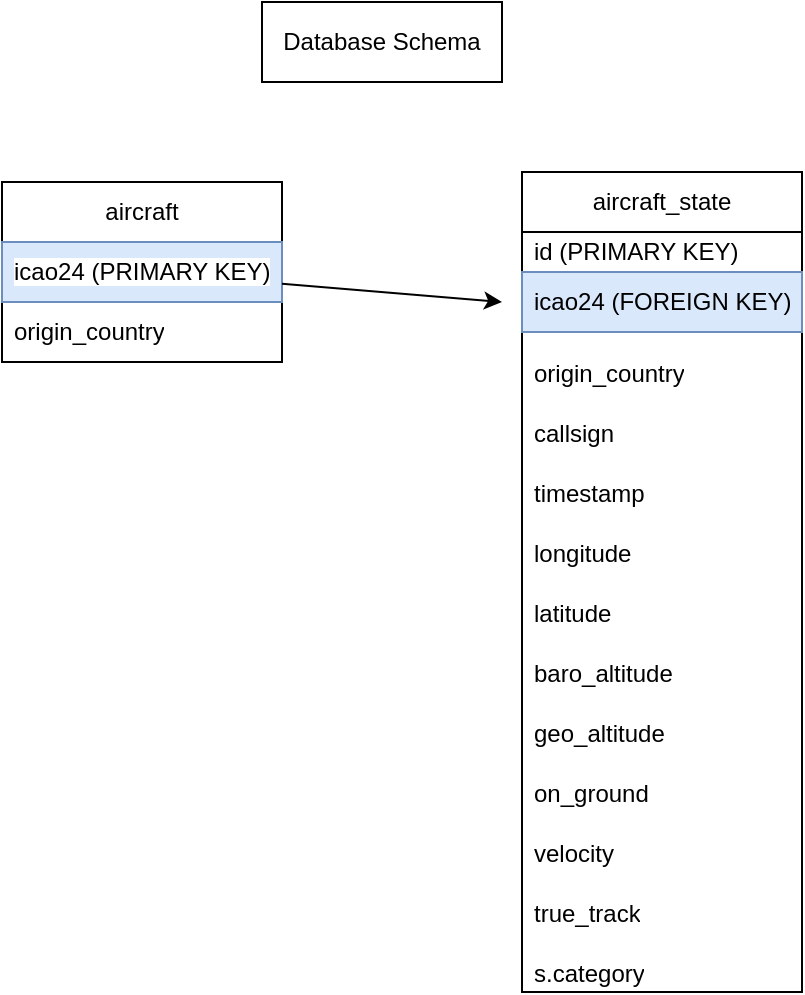
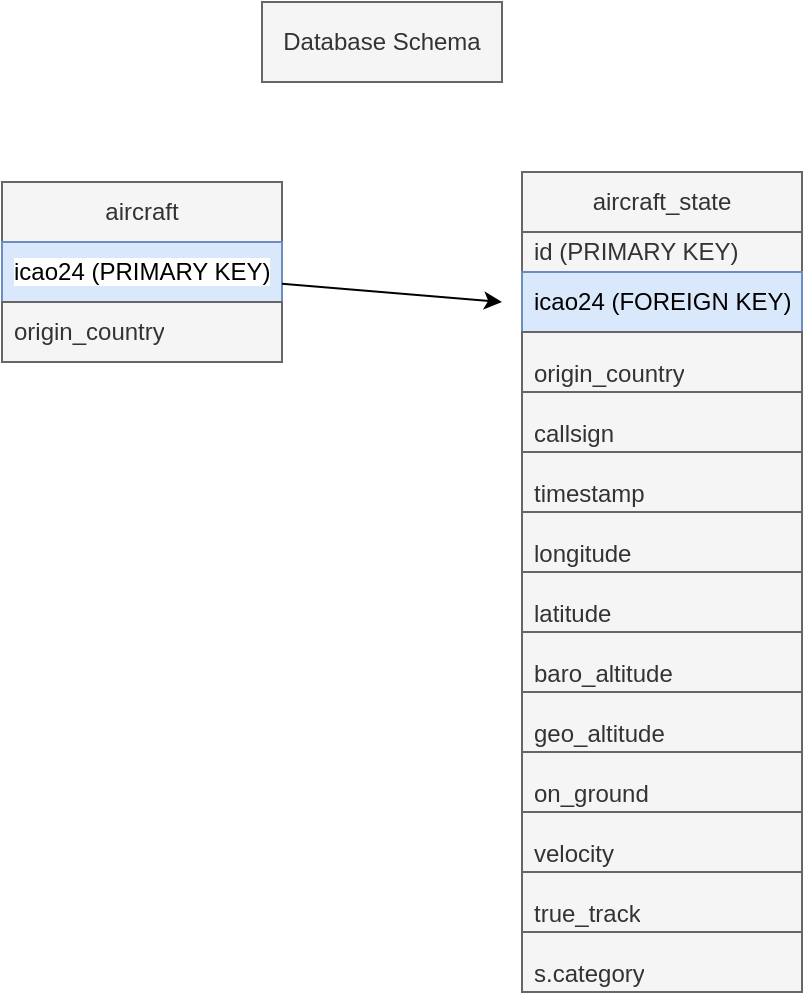
<mxfile host="65bd71144e">
    <diagram id="OOYHOsrFna61SfcFMgdx" name="Page-1">
        <mxGraphModel dx="810" dy="1447" grid="1" gridSize="10" guides="1" tooltips="1" connect="1" arrows="1" fold="1" page="1" pageScale="1" pageWidth="850" pageHeight="1100" math="0" shadow="0">
            <root>
                <mxCell id="0"/>
                <mxCell id="1" parent="0"/>
-                 <mxCell id="2" value="aircraft" style="swimlane;fontStyle=0;childLayout=stackLayout;horizontal=1;startSize=30;horizontalStack=0;resizeParent=1;resizeParentMax=0;resizeLast=0;collapsible=1;marginBottom=0;whiteSpace=wrap;html=1;" vertex="1" parent="1">
+                 <mxCell id="2" value="aircraft" style="swimlane;fontStyle=0;childLayout=stackLayout;horizontal=1;startSize=30;horizontalStack=0;resizeParent=1;resizeParentMax=0;resizeLast=0;collapsible=1;marginBottom=0;whiteSpace=wrap;html=1;fillColor=#f5f5f5;strokeColor=#666666;fontColor=#333333;" parent="1" vertex="1">
                    <mxGeometry x="70" y="50" width="140" height="90" as="geometry"/>
                </mxCell>
-                 <mxCell id="3" value="&lt;span style=&quot;background-color: light-dark(#ffffff, var(--ge-dark-color, #121212));&quot;&gt;icao24 (PRIMARY KEY)&lt;/span&gt;" style="text;strokeColor=#6c8ebf;fillColor=#dae8fc;align=left;verticalAlign=middle;spacingLeft=4;spacingRight=4;overflow=hidden;points=[[0,0.5],[1,0.5]];portConstraint=eastwest;rotatable=0;whiteSpace=wrap;html=1;" vertex="1" parent="2">
+                 <mxCell id="3" value="&lt;span style=&quot;background-color: light-dark(#ffffff, var(--ge-dark-color, #121212));&quot;&gt;icao24 (PRIMARY KEY)&lt;/span&gt;" style="text;strokeColor=#6c8ebf;fillColor=#dae8fc;align=left;verticalAlign=middle;spacingLeft=4;spacingRight=4;overflow=hidden;points=[[0,0.5],[1,0.5]];portConstraint=eastwest;rotatable=0;whiteSpace=wrap;html=1;" parent="2" vertex="1">
                    <mxGeometry y="30" width="140" height="30" as="geometry"/>
                </mxCell>
-                 <mxCell id="4" value="origin_country" style="text;strokeColor=none;fillColor=none;align=left;verticalAlign=middle;spacingLeft=4;spacingRight=4;overflow=hidden;points=[[0,0.5],[1,0.5]];portConstraint=eastwest;rotatable=0;whiteSpace=wrap;html=1;" vertex="1" parent="2">
+                 <mxCell id="4" value="origin_country" style="text;align=left;verticalAlign=middle;spacingLeft=4;spacingRight=4;overflow=hidden;points=[[0,0.5],[1,0.5]];portConstraint=eastwest;rotatable=0;whiteSpace=wrap;html=1;fillColor=#f5f5f5;fontColor=#333333;strokeColor=#666666;" parent="2" vertex="1">
                    <mxGeometry y="60" width="140" height="30" as="geometry"/>
                </mxCell>
-                 <mxCell id="14" value="aircraft_state" style="swimlane;fontStyle=0;childLayout=stackLayout;horizontal=1;startSize=30;horizontalStack=0;resizeParent=1;resizeParentMax=0;resizeLast=0;collapsible=1;marginBottom=0;whiteSpace=wrap;html=1;" vertex="1" parent="1">
+                 <mxCell id="14" value="aircraft_state" style="swimlane;fontStyle=0;childLayout=stackLayout;horizontal=1;startSize=30;horizontalStack=0;resizeParent=1;resizeParentMax=0;resizeLast=0;collapsible=1;marginBottom=0;whiteSpace=wrap;html=1;fillColor=#f5f5f5;fontColor=#333333;strokeColor=#666666;" parent="1" vertex="1">
                    <mxGeometry x="330" y="45" width="140" height="410" as="geometry"/>
                </mxCell>
-                 <mxCell id="15" value="id (PRIMARY KEY)" style="text;strokeColor=none;fillColor=none;align=left;verticalAlign=middle;spacingLeft=4;spacingRight=4;overflow=hidden;points=[[0,0.5],[1,0.5]];portConstraint=eastwest;rotatable=0;whiteSpace=wrap;html=1;" vertex="1" parent="14">
+                 <mxCell id="15" value="id (PRIMARY KEY)" style="text;strokeColor=#666666;fillColor=#f5f5f5;align=left;verticalAlign=middle;spacingLeft=4;spacingRight=4;overflow=hidden;points=[[0,0.5],[1,0.5]];portConstraint=eastwest;rotatable=0;whiteSpace=wrap;html=1;fontColor=#333333;" parent="14" vertex="1">
                    <mxGeometry y="30" width="140" height="20" as="geometry"/>
                </mxCell>
-                 <mxCell id="30" style="edgeStyle=none;html=1;" edge="1" parent="14" source="16">
+                 <mxCell id="30" style="edgeStyle=none;html=1;" parent="14" source="16" edge="1">
                    <mxGeometry relative="1" as="geometry">
                        <mxPoint y="65" as="targetPoint"/>
                    </mxGeometry>
                </mxCell>
-                 <mxCell id="16" value="icao24 (FOREIGN KEY)" style="text;strokeColor=#6c8ebf;fillColor=#dae8fc;align=left;verticalAlign=middle;spacingLeft=4;spacingRight=4;overflow=hidden;points=[[0,0.5],[1,0.5]];portConstraint=eastwest;rotatable=0;whiteSpace=wrap;html=1;" vertex="1" parent="14">
+                 <mxCell id="16" value="icao24 (FOREIGN KEY)" style="text;strokeColor=#6c8ebf;fillColor=#dae8fc;align=left;verticalAlign=middle;spacingLeft=4;spacingRight=4;overflow=hidden;points=[[0,0.5],[1,0.5]];portConstraint=eastwest;rotatable=0;whiteSpace=wrap;html=1;" parent="14" vertex="1">
                    <mxGeometry y="50" width="140" height="30" as="geometry"/>
                </mxCell>
-                 <mxCell id="17" value="origin_country" style="text;strokeColor=none;fillColor=none;align=left;verticalAlign=bottom;spacingLeft=4;spacingRight=4;overflow=hidden;points=[[0,0.5],[1,0.5]];portConstraint=eastwest;rotatable=0;whiteSpace=wrap;html=1;" vertex="1" parent="14">
+                 <mxCell id="17" value="origin_country" style="text;strokeColor=#666666;fillColor=#f5f5f5;align=left;verticalAlign=bottom;spacingLeft=4;spacingRight=4;overflow=hidden;points=[[0,0.5],[1,0.5]];portConstraint=eastwest;rotatable=0;whiteSpace=wrap;html=1;fontColor=#333333;" parent="14" vertex="1">
                    <mxGeometry y="80" width="140" height="30" as="geometry"/>
                </mxCell>
-                 <mxCell id="18" value="callsign&lt;span style=&quot;white-space: pre;&quot;&gt;&#x9;&lt;/span&gt;&lt;span style=&quot;white-space: pre;&quot;&gt;&#x9;&lt;/span&gt;" style="text;strokeColor=none;fillColor=none;align=left;verticalAlign=bottom;spacingLeft=4;spacingRight=4;overflow=hidden;points=[[0,0.5],[1,0.5]];portConstraint=eastwest;rotatable=0;whiteSpace=wrap;html=1;" vertex="1" parent="14">
+                 <mxCell id="18" value="callsign&lt;span style=&quot;white-space: pre;&quot;&gt;&#x9;&lt;/span&gt;&lt;span style=&quot;white-space: pre;&quot;&gt;&#x9;&lt;/span&gt;" style="text;strokeColor=#666666;fillColor=#f5f5f5;align=left;verticalAlign=bottom;spacingLeft=4;spacingRight=4;overflow=hidden;points=[[0,0.5],[1,0.5]];portConstraint=eastwest;rotatable=0;whiteSpace=wrap;html=1;fontColor=#333333;" parent="14" vertex="1">
                    <mxGeometry y="110" width="140" height="30" as="geometry"/>
                </mxCell>
-                 <mxCell id="20" value="timestamp" style="text;strokeColor=none;fillColor=none;align=left;verticalAlign=bottom;spacingLeft=4;spacingRight=4;overflow=hidden;points=[[0,0.5],[1,0.5]];portConstraint=eastwest;rotatable=0;whiteSpace=wrap;html=1;" vertex="1" parent="14">
+                 <mxCell id="20" value="timestamp" style="text;strokeColor=#666666;fillColor=#f5f5f5;align=left;verticalAlign=bottom;spacingLeft=4;spacingRight=4;overflow=hidden;points=[[0,0.5],[1,0.5]];portConstraint=eastwest;rotatable=0;whiteSpace=wrap;html=1;fontColor=#333333;" parent="14" vertex="1">
                    <mxGeometry y="140" width="140" height="30" as="geometry"/>
                </mxCell>
-                 <mxCell id="21" value="longitude" style="text;strokeColor=none;fillColor=none;align=left;verticalAlign=bottom;spacingLeft=4;spacingRight=4;overflow=hidden;points=[[0,0.5],[1,0.5]];portConstraint=eastwest;rotatable=0;whiteSpace=wrap;html=1;" vertex="1" parent="14">
+                 <mxCell id="21" value="longitude" style="text;strokeColor=#666666;fillColor=#f5f5f5;align=left;verticalAlign=bottom;spacingLeft=4;spacingRight=4;overflow=hidden;points=[[0,0.5],[1,0.5]];portConstraint=eastwest;rotatable=0;whiteSpace=wrap;html=1;fontColor=#333333;" parent="14" vertex="1">
                    <mxGeometry y="170" width="140" height="30" as="geometry"/>
                </mxCell>
-                 <mxCell id="22" value="latitude" style="text;strokeColor=none;fillColor=none;align=left;verticalAlign=bottom;spacingLeft=4;spacingRight=4;overflow=hidden;points=[[0,0.5],[1,0.5]];portConstraint=eastwest;rotatable=0;whiteSpace=wrap;html=1;" vertex="1" parent="14">
+                 <mxCell id="22" value="latitude" style="text;strokeColor=#666666;fillColor=#f5f5f5;align=left;verticalAlign=bottom;spacingLeft=4;spacingRight=4;overflow=hidden;points=[[0,0.5],[1,0.5]];portConstraint=eastwest;rotatable=0;whiteSpace=wrap;html=1;fontColor=#333333;" parent="14" vertex="1">
                    <mxGeometry y="200" width="140" height="30" as="geometry"/>
                </mxCell>
-                 <mxCell id="23" value="baro_altitude" style="text;strokeColor=none;fillColor=none;align=left;verticalAlign=bottom;spacingLeft=4;spacingRight=4;overflow=hidden;points=[[0,0.5],[1,0.5]];portConstraint=eastwest;rotatable=0;whiteSpace=wrap;html=1;" vertex="1" parent="14">
+                 <mxCell id="23" value="baro_altitude" style="text;strokeColor=#666666;fillColor=#f5f5f5;align=left;verticalAlign=bottom;spacingLeft=4;spacingRight=4;overflow=hidden;points=[[0,0.5],[1,0.5]];portConstraint=eastwest;rotatable=0;whiteSpace=wrap;html=1;fontColor=#333333;" parent="14" vertex="1">
                    <mxGeometry y="230" width="140" height="30" as="geometry"/>
                </mxCell>
-                 <mxCell id="24" value="geo_altitude" style="text;strokeColor=none;fillColor=none;align=left;verticalAlign=bottom;spacingLeft=4;spacingRight=4;overflow=hidden;points=[[0,0.5],[1,0.5]];portConstraint=eastwest;rotatable=0;whiteSpace=wrap;html=1;" vertex="1" parent="14">
+                 <mxCell id="24" value="geo_altitude" style="text;strokeColor=#666666;fillColor=#f5f5f5;align=left;verticalAlign=bottom;spacingLeft=4;spacingRight=4;overflow=hidden;points=[[0,0.5],[1,0.5]];portConstraint=eastwest;rotatable=0;whiteSpace=wrap;html=1;fontColor=#333333;" parent="14" vertex="1">
                    <mxGeometry y="260" width="140" height="30" as="geometry"/>
                </mxCell>
-                 <mxCell id="25" value="on_ground" style="text;strokeColor=none;fillColor=none;align=left;verticalAlign=bottom;spacingLeft=4;spacingRight=4;overflow=hidden;points=[[0,0.5],[1,0.5]];portConstraint=eastwest;rotatable=0;whiteSpace=wrap;html=1;" vertex="1" parent="14">
+                 <mxCell id="25" value="on_ground" style="text;strokeColor=#666666;fillColor=#f5f5f5;align=left;verticalAlign=bottom;spacingLeft=4;spacingRight=4;overflow=hidden;points=[[0,0.5],[1,0.5]];portConstraint=eastwest;rotatable=0;whiteSpace=wrap;html=1;fontColor=#333333;" parent="14" vertex="1">
                    <mxGeometry y="290" width="140" height="30" as="geometry"/>
                </mxCell>
-                 <mxCell id="26" value="velocity" style="text;strokeColor=none;fillColor=none;align=left;verticalAlign=bottom;spacingLeft=4;spacingRight=4;overflow=hidden;points=[[0,0.5],[1,0.5]];portConstraint=eastwest;rotatable=0;whiteSpace=wrap;html=1;" vertex="1" parent="14">
+                 <mxCell id="26" value="velocity" style="text;strokeColor=#666666;fillColor=#f5f5f5;align=left;verticalAlign=bottom;spacingLeft=4;spacingRight=4;overflow=hidden;points=[[0,0.5],[1,0.5]];portConstraint=eastwest;rotatable=0;whiteSpace=wrap;html=1;fontColor=#333333;" parent="14" vertex="1">
                    <mxGeometry y="320" width="140" height="30" as="geometry"/>
                </mxCell>
-                 <mxCell id="27" value="true_track" style="text;strokeColor=none;fillColor=none;align=left;verticalAlign=bottom;spacingLeft=4;spacingRight=4;overflow=hidden;points=[[0,0.5],[1,0.5]];portConstraint=eastwest;rotatable=0;whiteSpace=wrap;html=1;" vertex="1" parent="14">
+                 <mxCell id="27" value="true_track" style="text;strokeColor=#666666;fillColor=#f5f5f5;align=left;verticalAlign=bottom;spacingLeft=4;spacingRight=4;overflow=hidden;points=[[0,0.5],[1,0.5]];portConstraint=eastwest;rotatable=0;whiteSpace=wrap;html=1;fontColor=#333333;" parent="14" vertex="1">
                    <mxGeometry y="350" width="140" height="30" as="geometry"/>
                </mxCell>
-                 <mxCell id="28" value="s.category" style="text;strokeColor=none;fillColor=none;align=left;verticalAlign=bottom;spacingLeft=4;spacingRight=4;overflow=hidden;points=[[0,0.5],[1,0.5]];portConstraint=eastwest;rotatable=0;whiteSpace=wrap;html=1;" vertex="1" parent="14">
+                 <mxCell id="28" value="s.category" style="text;strokeColor=#666666;fillColor=#f5f5f5;align=left;verticalAlign=bottom;spacingLeft=4;spacingRight=4;overflow=hidden;points=[[0,0.5],[1,0.5]];portConstraint=eastwest;rotatable=0;whiteSpace=wrap;html=1;fontColor=#333333;" parent="14" vertex="1">
                    <mxGeometry y="380" width="140" height="30" as="geometry"/>
                </mxCell>
-                 <mxCell id="6" style="edgeStyle=none;html=1;" edge="1" parent="1" source="3">
+                 <mxCell id="6" style="edgeStyle=none;html=1;" parent="1" source="3" edge="1">
                    <mxGeometry relative="1" as="geometry">
                        <mxPoint x="320" y="110" as="targetPoint"/>
                    </mxGeometry>
                </mxCell>
-                 <mxCell id="13" value="Database Schema" style="whiteSpace=wrap;html=1;" vertex="1" parent="1">
+                 <mxCell id="13" value="Database Schema" style="whiteSpace=wrap;html=1;fillColor=#f5f5f5;fontColor=#333333;strokeColor=#666666;" parent="1" vertex="1">
                    <mxGeometry x="200" y="-40" width="120" height="40" as="geometry"/>
                </mxCell>
            </root>
        </mxGraphModel>
    </diagram>
</mxfile>